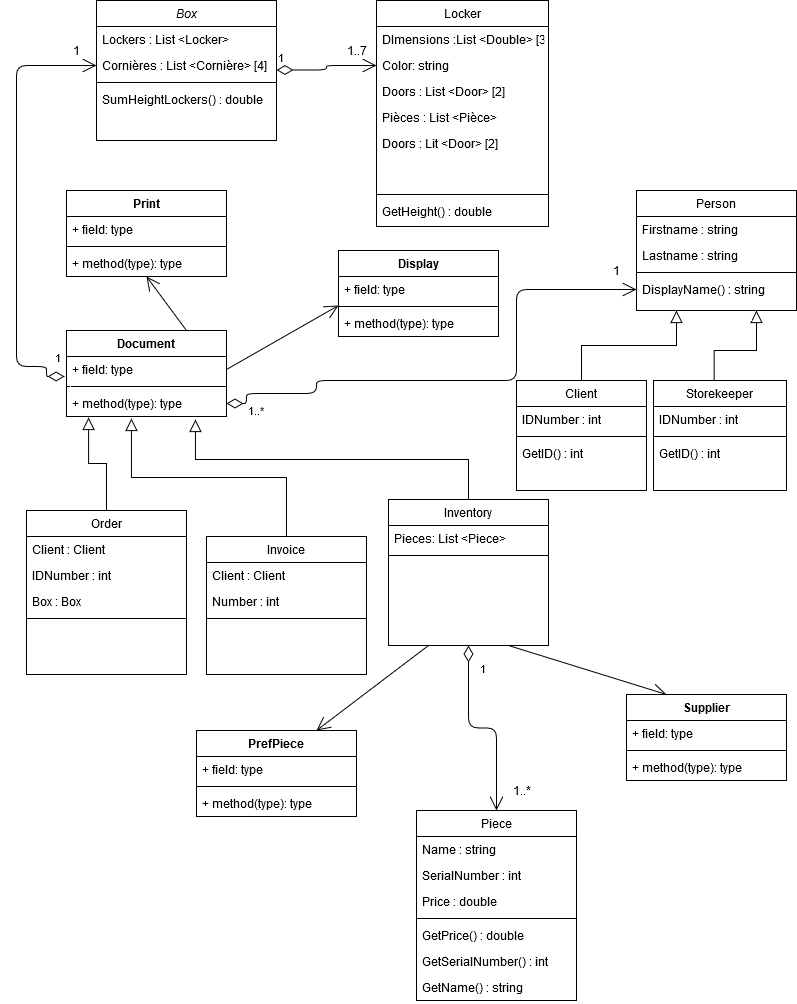
The draw.io diagram ClasseDiagram1.png in Software2Group6/3BEGroup6, before a commit. Source tidied: cells renumbered, new cells last; positions are measured from the earlier drawing's top-left corner, leaving out a move shared by most shapes.
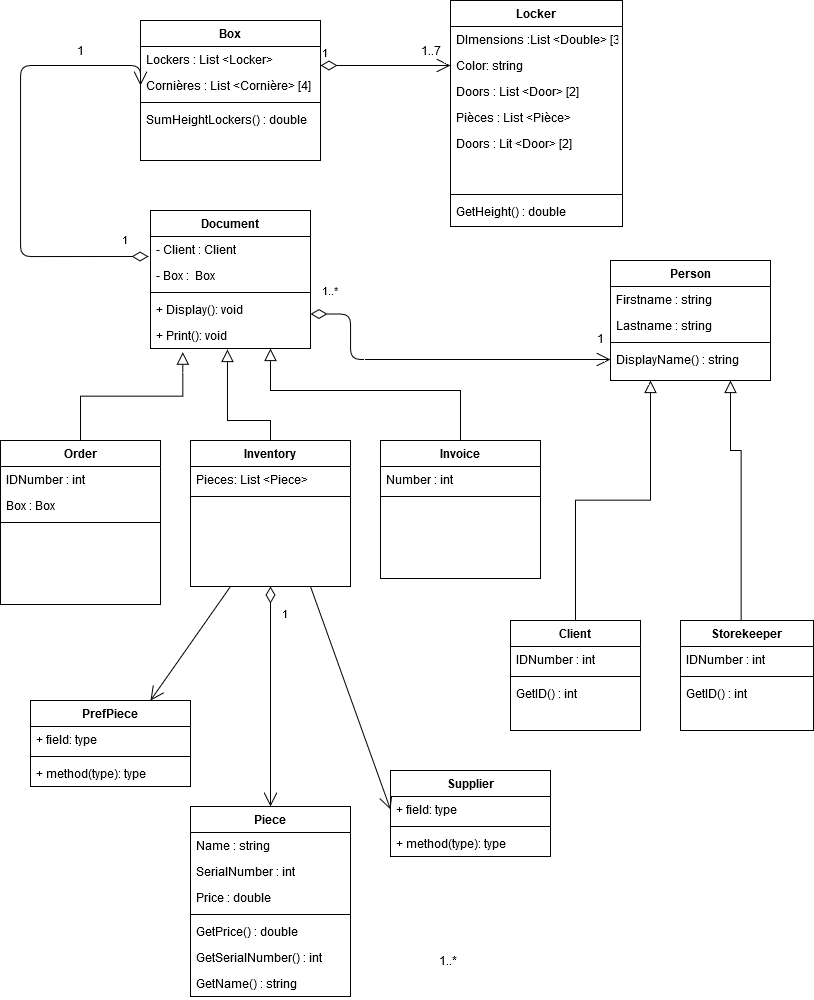
The same file after the commit.

Commit message:
CLass diagram

What changed in the source:
```diff
@@ -4,4 +4,4 @@
     <mxCell id="1" parent="0" />
-    <mxCell id="2" value="Box" style="swimlane;fontStyle=2;align=center;verticalAlign=top;horizontal=1;startSize=26;rounded=0;shadow=0;strokeWidth=1;" parent="1" vertex="1">
-      <mxGeometry x="80" width="180" height="140" as="geometry" />
+    <mxCell id="2" value="Box" style="swimlane;fontStyle=1;align=center;verticalAlign=top;horizontal=1;startSize=26;rounded=0;shadow=0;strokeWidth=1;" parent="1" vertex="1">
+      <mxGeometry x="120" y="20" width="180" height="140" as="geometry" />
     </mxCell>
@@ -19,19 +19,16 @@
     </mxCell>
-    <mxCell id="7" value="Order" style="swimlane;fontStyle=0;align=center;verticalAlign=top;horizontal=1;startSize=26;rounded=0;shadow=0;strokeWidth=1;" parent="1" vertex="1">
-      <mxGeometry x="10" y="510" width="160" height="164" as="geometry" />
+    <mxCell id="7" value="Order" style="swimlane;fontStyle=1;align=center;verticalAlign=top;horizontal=1;startSize=26;rounded=0;shadow=0;strokeWidth=1;" parent="1" vertex="1">
+      <mxGeometry x="-20" y="440" width="160" height="164" as="geometry" />
     </mxCell>
-    <mxCell id="8" value="Client : Client " style="text;align=left;verticalAlign=top;spacingLeft=4;spacingRight=4;overflow=hidden;" parent="7" vertex="1">
-      <mxGeometry y="26" width="160" height="26" as="geometry" />
-    </mxCell>
     <mxCell id="9" value="IDNumber : int " style="text;align=left;verticalAlign=top;spacingLeft=4;spacingRight=4;overflow=hidden;rounded=0;shadow=0;html=0;" parent="7" vertex="1">
-      <mxGeometry y="52" width="160" height="26" as="geometry" />
+      <mxGeometry y="26" width="160" height="26" as="geometry" />
     </mxCell>
     <mxCell id="10" value="Box : Box " style="text;align=left;verticalAlign=top;spacingLeft=4;spacingRight=4;overflow=hidden;" parent="7" vertex="1">
-      <mxGeometry y="78" width="160" height="26" as="geometry" />
+      <mxGeometry y="52" width="160" height="26" as="geometry" />
     </mxCell>
     <mxCell id="11" style="line;html=1;strokeWidth=1;align=left;verticalAlign=middle;spacingTop=-1;spacingLeft=3;spacingRight=3;labelPosition=right;" parent="7" vertex="1">
-      <mxGeometry y="104" width="160" height="8" as="geometry" />
+      <mxGeometry y="78" width="160" height="8" as="geometry" />
     </mxCell>
-    <mxCell id="12" value="Client" style="swimlane;fontStyle=0;align=center;verticalAlign=top;horizontal=1;startSize=26;rounded=0;shadow=0;strokeWidth=1;" parent="1" vertex="1">
-      <mxGeometry x="500" y="380" width="130" height="110" as="geometry" />
+    <mxCell id="12" value="Client" style="swimlane;fontStyle=1;align=center;verticalAlign=top;horizontal=1;startSize=26;rounded=0;shadow=0;strokeWidth=1;" parent="1" vertex="1">
+      <mxGeometry x="490" y="620" width="130" height="110" as="geometry" />
     </mxCell>
@@ -46,4 +43,4 @@
     </mxCell>
-    <mxCell id="16" value="Locker" style="swimlane;fontStyle=0;align=center;verticalAlign=top;horizontal=1;startSize=26;rounded=0;shadow=0;strokeWidth=1;" parent="1" vertex="1">
-      <mxGeometry x="360" width="172" height="226" as="geometry" />
+    <mxCell id="16" value="Locker" style="swimlane;fontStyle=1;align=center;verticalAlign=top;horizontal=1;startSize=26;rounded=0;shadow=0;strokeWidth=1;" parent="1" vertex="1">
+      <mxGeometry x="430" width="172" height="226" as="geometry" />
     </mxCell>
@@ -70,16 +67,13 @@
     </mxCell>
-    <mxCell id="24" value="Invoice" style="swimlane;fontStyle=0;align=center;verticalAlign=top;horizontal=1;startSize=26;rounded=0;shadow=0;strokeWidth=1;" parent="1" vertex="1">
-      <mxGeometry x="190" y="536" width="160" height="138" as="geometry" />
+    <mxCell id="24" value="Invoice" style="swimlane;fontStyle=1;align=center;verticalAlign=top;horizontal=1;startSize=26;rounded=0;shadow=0;strokeWidth=1;" parent="1" vertex="1">
+      <mxGeometry x="360" y="440" width="160" height="138" as="geometry" />
     </mxCell>
-    <mxCell id="25" value="Client : Client " style="text;align=left;verticalAlign=top;spacingLeft=4;spacingRight=4;overflow=hidden;" parent="24" vertex="1">
-      <mxGeometry y="26" width="160" height="26" as="geometry" />
-    </mxCell>
     <mxCell id="26" value="Number : int " style="text;align=left;verticalAlign=top;spacingLeft=4;spacingRight=4;overflow=hidden;rounded=0;shadow=0;html=0;" parent="24" vertex="1">
-      <mxGeometry y="52" width="160" height="26" as="geometry" />
+      <mxGeometry y="26" width="160" height="26" as="geometry" />
     </mxCell>
     <mxCell id="27" style="line;html=1;strokeWidth=1;align=left;verticalAlign=middle;spacingTop=-1;spacingLeft=3;spacingRight=3;labelPosition=right;" parent="24" vertex="1">
-      <mxGeometry y="78" width="160" height="8" as="geometry" />
+      <mxGeometry y="52" width="160" height="8" as="geometry" />
     </mxCell>
-    <mxCell id="28" value="Piece" style="swimlane;fontStyle=0;align=center;verticalAlign=top;horizontal=1;startSize=26;rounded=0;shadow=0;strokeWidth=1;" parent="1" vertex="1">
-      <mxGeometry x="400" y="810" width="160" height="190" as="geometry" />
+    <mxCell id="28" value="Piece" style="swimlane;fontStyle=1;align=center;verticalAlign=top;horizontal=1;startSize=26;rounded=0;shadow=0;strokeWidth=1;" parent="1" vertex="1">
+      <mxGeometry x="170" y="806" width="160" height="190" as="geometry" />
     </mxCell>
@@ -106,4 +100,4 @@
     </mxCell>
-    <mxCell id="36" value="Person" style="swimlane;fontStyle=0;align=center;verticalAlign=top;horizontal=1;startSize=26;rounded=0;shadow=0;strokeWidth=1;" parent="1" vertex="1">
-      <mxGeometry x="620" y="190" width="160" height="120" as="geometry" />
+    <mxCell id="36" value="Person" style="swimlane;fontStyle=1;align=center;verticalAlign=top;horizontal=1;startSize=26;rounded=0;shadow=0;strokeWidth=1;" parent="1" vertex="1">
+      <mxGeometry x="590" y="260" width="160" height="120" as="geometry" />
     </mxCell>
@@ -126,3 +120,3 @@
       <mxGeometry x="-1" y="3" relative="1" as="geometry">
-        <mxPoint x="260" y="69.5" as="sourcePoint" />
+        <mxPoint x="300" y="65" as="sourcePoint" />
       </mxGeometry>
@@ -130,6 +124,6 @@
     <mxCell id="43" value="1..7" style="text;html=1;align=center;verticalAlign=middle;" parent="1" vertex="1">
-      <mxGeometry x="320" y="40" width="40" height="20" as="geometry" />
+      <mxGeometry x="390" y="40" width="40" height="20" as="geometry" />
     </mxCell>
-    <mxCell id="44" value="Storekeeper" style="swimlane;fontStyle=0;align=center;verticalAlign=top;horizontal=1;startSize=26;rounded=0;shadow=0;strokeWidth=1;" parent="1" vertex="1">
-      <mxGeometry x="637" y="380" width="133" height="110" as="geometry" />
+    <mxCell id="44" value="Storekeeper" style="swimlane;fontStyle=1;align=center;verticalAlign=top;horizontal=1;startSize=26;rounded=0;shadow=0;strokeWidth=1;" parent="1" vertex="1">
+      <mxGeometry x="660" y="620" width="133" height="110" as="geometry" />
     </mxCell>
@@ -147,2 +141,3 @@
         <Array as="points">
+          <mxPoint x="727" y="450" />
           <mxPoint x="720" y="350" />
@@ -151,4 +146,4 @@
     </mxCell>
-    <mxCell id="49" value="Inventory" style="swimlane;fontStyle=0;align=center;verticalAlign=top;horizontal=1;startSize=26;rounded=0;shadow=0;strokeWidth=1;" parent="1" vertex="1">
-      <mxGeometry x="372" y="499" width="160" height="146" as="geometry" />
+    <mxCell id="49" value="Inventory" style="swimlane;fontStyle=1;align=center;verticalAlign=top;horizontal=1;startSize=26;rounded=0;shadow=0;strokeWidth=1;" parent="1" vertex="1">
+      <mxGeometry x="170" y="440" width="160" height="146" as="geometry" />
     </mxCell>
@@ -161,39 +156,21 @@
     <mxCell id="52" value="Document " style="swimlane;fontStyle=1;align=center;verticalAlign=top;horizontal=1;startSize=26;" parent="1" vertex="1">
-      <mxGeometry x="50" y="330" width="160" height="86" as="geometry" />
+      <mxGeometry x="130" y="210" width="160" height="138" as="geometry" />
     </mxCell>
-    <mxCell id="53" value="+ field: type" style="text;strokeColor=none;fillColor=none;align=left;verticalAlign=top;spacingLeft=4;spacingRight=4;overflow=hidden;points=[[0,0.5],[1,0.5]];portConstraint=eastwest;" parent="52" vertex="1">
+    <mxCell id="53" value="- Client : Client" style="text;strokeColor=none;fillColor=none;align=left;verticalAlign=top;spacingLeft=4;spacingRight=4;overflow=hidden;points=[[0,0.5],[1,0.5]];portConstraint=eastwest;" parent="52" vertex="1">
       <mxGeometry y="26" width="160" height="26" as="geometry" />
     </mxCell>
+    <mxCell id="85" value="- Box :  Box" style="text;strokeColor=none;fillColor=none;align=left;verticalAlign=top;spacingLeft=4;spacingRight=4;overflow=hidden;" parent="52" vertex="1">
+      <mxGeometry y="52" width="160" height="26" as="geometry" />
+    </mxCell>
     <mxCell id="54" style="line;strokeWidth=1;fillColor=none;align=left;verticalAlign=middle;spacingTop=-1;spacingLeft=3;spacingRight=3;labelPosition=right;" parent="52" vertex="1">
-      <mxGeometry y="52" width="160" height="8" as="geometry" />
+      <mxGeometry y="78" width="160" height="8" as="geometry" />
     </mxCell>
-    <mxCell id="55" value="+ method(type): type" style="text;strokeColor=none;fillColor=none;align=left;verticalAlign=top;spacingLeft=4;spacingRight=4;overflow=hidden;points=[[0,0.5],[1,0.5]];portConstraint=eastwest;" parent="52" vertex="1">
-      <mxGeometry y="60" width="160" height="26" as="geometry" />
+    <mxCell id="55" value="+ Display(): void" style="text;strokeColor=none;fillColor=none;align=left;verticalAlign=top;spacingLeft=4;spacingRight=4;overflow=hidden;points=[[0,0.5],[1,0.5]];portConstraint=eastwest;" parent="52" vertex="1">
+      <mxGeometry y="86" width="160" height="26" as="geometry" />
     </mxCell>
-    <mxCell id="56" value="Display" style="swimlane;fontStyle=1;align=center;verticalAlign=top;horizontal=1;startSize=26;" parent="1" vertex="1">
-      <mxGeometry x="322" y="250" width="160" height="86" as="geometry" />
-    </mxCell>
-    <mxCell id="57" value="+ field: type" style="text;strokeColor=none;fillColor=none;align=left;verticalAlign=top;spacingLeft=4;spacingRight=4;overflow=hidden;points=[[0,0.5],[1,0.5]];portConstraint=eastwest;" parent="56" vertex="1">
-      <mxGeometry y="26" width="160" height="26" as="geometry" />
-    </mxCell>
-    <mxCell id="58" style="line;strokeWidth=1;fillColor=none;align=left;verticalAlign=middle;spacingTop=-1;spacingLeft=3;spacingRight=3;labelPosition=right;" parent="56" vertex="1">
-      <mxGeometry y="52" width="160" height="8" as="geometry" />
-    </mxCell>
-    <mxCell id="59" value="+ method(type): type" style="text;strokeColor=none;fillColor=none;align=left;verticalAlign=top;spacingLeft=4;spacingRight=4;overflow=hidden;" parent="56" vertex="1">
-      <mxGeometry y="60" width="160" height="26" as="geometry" />
-    </mxCell>
-    <mxCell id="60" value="Print" style="swimlane;fontStyle=1;align=center;verticalAlign=top;horizontal=1;startSize=26;" parent="1" vertex="1">
-      <mxGeometry x="50" y="190" width="160" height="86" as="geometry" />
-    </mxCell>
-    <mxCell id="61" value="+ field: type" style="text;strokeColor=none;fillColor=none;align=left;verticalAlign=top;spacingLeft=4;spacingRight=4;overflow=hidden;" parent="60" vertex="1">
-      <mxGeometry y="26" width="160" height="26" as="geometry" />
-    </mxCell>
-    <mxCell id="62" style="line;strokeWidth=1;fillColor=none;align=left;verticalAlign=middle;spacingTop=-1;spacingLeft=3;spacingRight=3;labelPosition=right;" parent="60" vertex="1">
-      <mxGeometry y="52" width="160" height="8" as="geometry" />
-    </mxCell>
-    <mxCell id="63" value="+ method(type): type" style="text;strokeColor=none;fillColor=none;align=left;verticalAlign=top;spacingLeft=4;spacingRight=4;overflow=hidden;" parent="60" vertex="1">
-      <mxGeometry y="60" width="160" height="26" as="geometry" />
-    </mxCell>
+    <mxCell id="86" value="+ Print(): void" style="text;strokeColor=none;fillColor=none;align=left;verticalAlign=top;spacingLeft=4;spacingRight=4;overflow=hidden;points=[[0,0.5],[1,0.5]];portConstraint=eastwest;" parent="52" vertex="1">
+      <mxGeometry y="112" width="160" height="26" as="geometry" />
+    </mxCell>
     <mxCell id="64" value="PrefPiece" style="swimlane;fontStyle=1;align=center;verticalAlign=top;horizontal=1;startSize=26;" parent="1" vertex="1">
-      <mxGeometry x="180" y="730" width="160" height="86" as="geometry" />
+      <mxGeometry x="10" y="700" width="160" height="86" as="geometry" />
     </mxCell>
@@ -208,17 +185,21 @@
     </mxCell>
-    <mxCell id="68" style="endArrow=block;endSize=10;endFill=0;shadow=0;strokeWidth=1;rounded=0;edgeStyle=elbowEdgeStyle;elbow=vertical;exitX=0.5;exitY=0;exitDx=0;exitDy=0;entryX=0.138;entryY=1.038;entryDx=0;entryDy=0;entryPerimeter=0;" parent="1" edge="1" source="7" target="55">
+    <mxCell id="68" style="endArrow=block;endSize=10;endFill=0;shadow=0;strokeWidth=1;rounded=0;edgeStyle=elbowEdgeStyle;elbow=vertical;exitX=0.5;exitY=0;exitDx=0;exitDy=0;entryX=0.202;entryY=1.141;entryDx=0;entryDy=0;entryPerimeter=0;" parent="1" edge="1" source="7" target="86">
       <mxGeometry relative="1" as="geometry" />
     </mxCell>
-    <mxCell id="69" style="endArrow=block;endSize=10;endFill=0;shadow=0;strokeWidth=1;rounded=0;edgeStyle=elbowEdgeStyle;elbow=vertical;exitX=0.5;exitY=0;exitDx=0;exitDy=0;entryX=0.406;entryY=1.077;entryDx=0;entryDy=0;entryPerimeter=0;" parent="1" edge="1" source="24" target="55">
-      <mxGeometry relative="1" as="geometry" />
+    <mxCell id="69" style="endArrow=block;endSize=10;endFill=0;shadow=0;strokeWidth=1;rounded=0;edgeStyle=elbowEdgeStyle;elbow=vertical;exitX=0.5;exitY=0;exitDx=0;exitDy=0;entryX=0.75;entryY=1;entryDx=0;entryDy=0;" parent="1" edge="1" source="24" target="52">
+      <mxGeometry relative="1" as="geometry">
+        <Array as="points">
+          <mxPoint x="350" y="390" />
+        </Array>
+      </mxGeometry>
     </mxCell>
-    <mxCell id="70" style="endArrow=block;endSize=10;endFill=0;shadow=0;strokeWidth=1;rounded=0;edgeStyle=elbowEdgeStyle;elbow=vertical;entryX=0.806;entryY=1.115;entryDx=0;entryDy=0;entryPerimeter=0;exitX=0.5;exitY=0;exitDx=0;exitDy=0;" parent="1" edge="1" source="49" target="55">
-      <mxGeometry relative="1" as="geometry" />
+    <mxCell id="70" style="endArrow=block;endSize=10;endFill=0;shadow=0;strokeWidth=1;rounded=0;edgeStyle=elbowEdgeStyle;elbow=vertical;entryX=0.481;entryY=1.038;entryDx=0;entryDy=0;entryPerimeter=0;exitX=0.5;exitY=0;exitDx=0;exitDy=0;" parent="1" edge="1" source="49" target="86">
+      <mxGeometry relative="1" as="geometry">
+        <Array as="points">
+          <mxPoint x="207" y="420" />
+          <mxPoint x="202" y="370" />
+          <mxPoint x="202" y="390" />
+        </Array>
+      </mxGeometry>
     </mxCell>
-    <mxCell id="71" style="endArrow=open;endFill=1;endSize=12;html=1;entryX=0;entryY=1.115;entryDx=0;entryDy=0;entryPerimeter=0;exitX=1;exitY=0.5;exitDx=0;exitDy=0;" parent="1" edge="1" source="53" target="57">
-      <mxGeometry relative="1" as="geometry" />
-    </mxCell>
-    <mxCell id="72" style="endArrow=open;endFill=1;endSize=12;html=1;entryX=0.5;entryY=1;entryDx=0;entryDy=0;exitX=0.75;exitY=0;exitDx=0;exitDy=0;" parent="1" edge="1" source="52" target="60">
-      <mxGeometry relative="1" as="geometry" />
-    </mxCell>
     <mxCell id="73" value="1" style="endArrow=open;html=1;endSize=12;startArrow=diamondThin;startSize=14;startFill=0;edgeStyle=orthogonalEdgeStyle;align=left;verticalAlign=bottom;entryX=0;entryY=0.5;entryDx=0;entryDy=0;exitX=-0.012;exitY=0.769;exitDx=0;exitDy=0;exitPerimeter=0;" parent="1" edge="1" source="53" target="4">
@@ -226,6 +207,5 @@
         <Array as="points">
-          <mxPoint x="30" y="376" />
-          <mxPoint x="30" y="366" />
-          <mxPoint y="366" />
+          <mxPoint y="256" />
           <mxPoint y="65" />
+          <mxPoint x="120" y="65" />
         </Array>
@@ -240,3 +220,3 @@
     <mxCell id="76" value="1..*" style="text;html=1;align=center;verticalAlign=middle;" parent="1" vertex="1">
-      <mxGeometry x="490" y="780" width="30" height="20" as="geometry" />
+      <mxGeometry x="412" y="950" width="30" height="20" as="geometry" />
     </mxCell>
@@ -245,3 +225,3 @@
     </mxCell>
-    <mxCell id="78" style="endArrow=open;endFill=1;endSize=12;html=1;entryX=0.25;entryY=0;entryDx=0;entryDy=0;exitX=0.75;exitY=1;exitDx=0;exitDy=0;" parent="1" edge="1" source="49" target="79">
+    <mxCell id="78" style="endArrow=open;endFill=1;endSize=12;html=1;entryX=0;entryY=0.5;entryDx=0;entryDy=0;exitX=0.75;exitY=1;exitDx=0;exitDy=0;" parent="1" edge="1" source="49" target="80">
       <mxGeometry relative="1" as="geometry" />
@@ -249,3 +229,3 @@
     <mxCell id="79" value="Supplier" style="swimlane;fontStyle=1;align=center;verticalAlign=top;horizontal=1;startSize=26;" parent="1" vertex="1">
-      <mxGeometry x="610" y="694" width="160" height="86" as="geometry" />
+      <mxGeometry x="370" y="770" width="160" height="86" as="geometry" />
     </mxCell>
@@ -260,12 +240,9 @@
     </mxCell>
-    <mxCell id="83" value="1..*" style="endArrow=open;html=1;endSize=12;startArrow=diamondThin;startSize=14;startFill=0;edgeStyle=orthogonalEdgeStyle;align=left;verticalAlign=bottom;entryX=0;entryY=0.5;entryDx=0;entryDy=0;exitX=1;exitY=0.5;exitDx=0;exitDy=0;" parent="1" edge="1" source="55" target="40">
-      <mxGeometry x="-0.89" y="-27" relative="1" as="geometry">
+    <mxCell id="83" value="1..*" style="endArrow=open;html=1;endSize=12;startArrow=diamondThin;startSize=14;startFill=0;edgeStyle=orthogonalEdgeStyle;align=left;verticalAlign=bottom;exitX=1;exitY=0.75;exitDx=0;exitDy=0;entryX=0;entryY=0.5;entryDx=0;entryDy=0;" parent="1" edge="1" source="52" target="40">
+      <mxGeometry x="-0.94" y="14" relative="1" as="geometry">
         <Array as="points">
-          <mxPoint x="230" y="403" />
-          <mxPoint x="230" y="393" />
-          <mxPoint x="300" y="393" />
-          <mxPoint x="300" y="380" />
-          <mxPoint x="500" y="380" />
-          <mxPoint x="500" y="289" />
+          <mxPoint x="330" y="314" />
+          <mxPoint x="330" y="359" />
         </Array>
+        <mxPoint x="1" as="offset" />
       </mxGeometry>
@@ -273,3 +250,3 @@
     <mxCell id="84" value="1" style="text;html=1;align=center;verticalAlign=middle;" parent="1" vertex="1">
-      <mxGeometry x="590" y="260" width="20" height="20" as="geometry" />
+      <mxGeometry x="570" y="328" width="20" height="20" as="geometry" />
     </mxCell>
```
